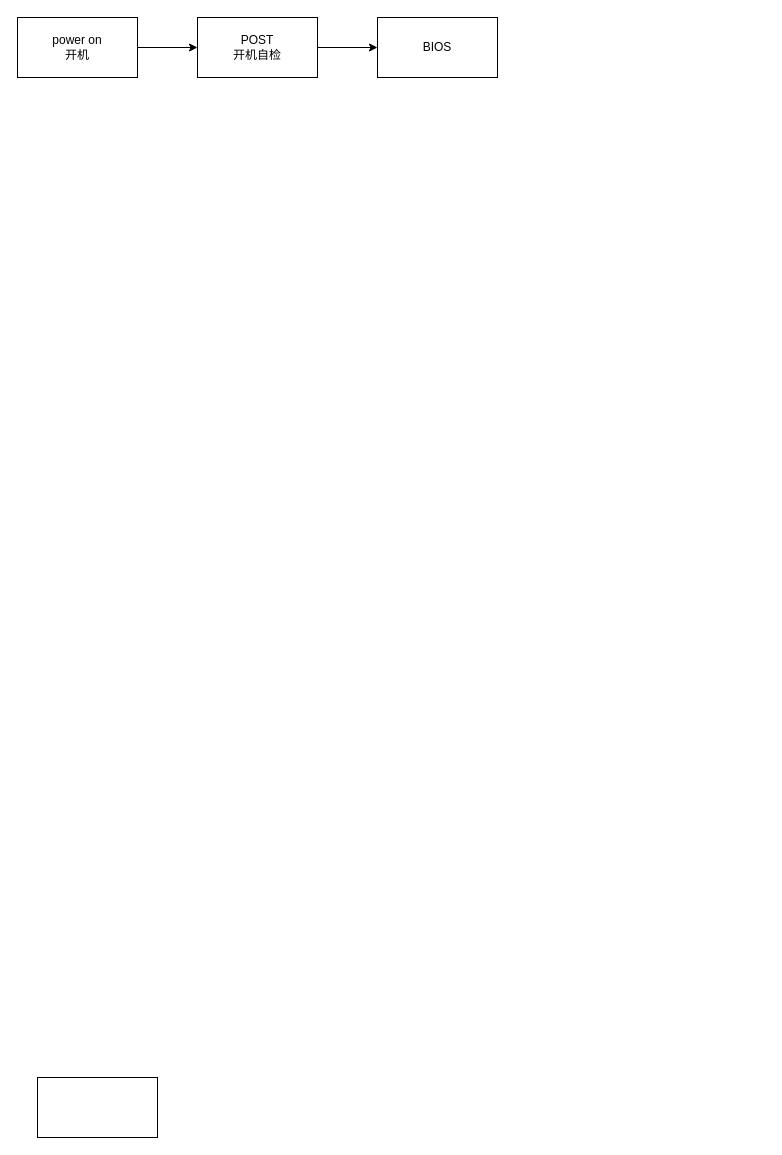
Earlier version of the draw.io diagram 开机启动流程.drawio (wupei-w/diagrams). Source tidied: cells renumbered, new cells numbered last; positions are measured from the earlier drawing's top-left corner, leaving out a move shared by most shapes. Both pictures are drawn from the tidied source at 100%, with x=0, y=0 at pixel (17, 17).
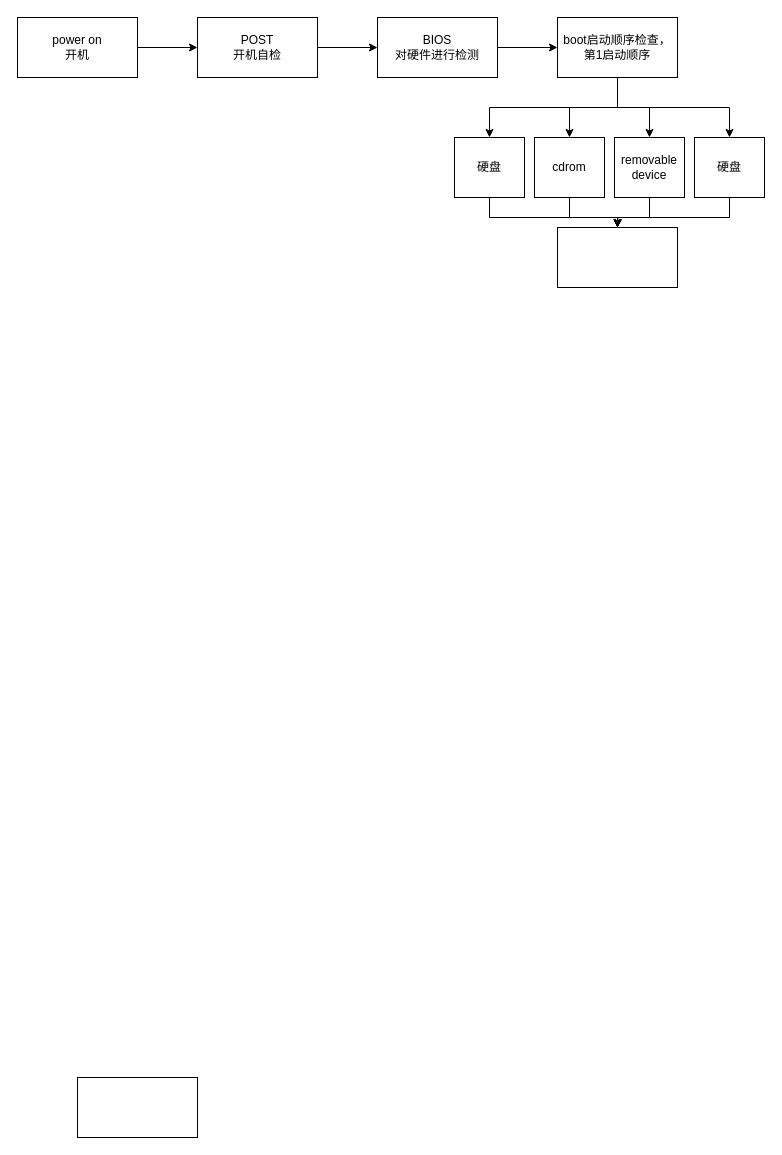
The same page after the edit.

Commit message (it also covers changes not shown here):
开机启动流程.drawio

What changed in the source:
```diff
@@
     <mxCell id="2" style="rounded=0;whiteSpace=wrap;html=1;" parent="1" vertex="1">
-      <mxGeometry x="20" y="1060" width="120" height="60" as="geometry" />
+      <mxGeometry x="60" y="1060" width="120" height="60" as="geometry" />
     </mxCell>
@@
+    <mxCell id="8" style="edgeStyle=orthogonalEdgeStyle;rounded=0;jettySize=auto;html=1;exitX=1;exitY=0.5;exitDx=0;exitDy=0;entryX=0;entryY=0.5;entryDx=0;entryDy=0;" parent="1" edge="1" source="7" target="13">
+      <mxGeometry relative="1" as="geometry" />
+    </mxCell>
-    <mxCell id="7" value="BIOS" style="rounded=0;whiteSpace=wrap;html=1;" parent="1" vertex="1">
+    <mxCell id="7" value="BIOS&lt;br&gt;对硬件进行检测" style="rounded=0;whiteSpace=wrap;html=1;" parent="1" vertex="1">
       <mxGeometry x="360" width="120" height="60" as="geometry" />
     </mxCell>
+    <mxCell id="9" style="edgeStyle=orthogonalEdgeStyle;rounded=0;jettySize=auto;html=1;exitX=0.5;exitY=1;exitDx=0;exitDy=0;entryX=0.5;entryY=0;entryDx=0;entryDy=0;" parent="1" edge="1" source="13" target="15">
+      <mxGeometry relative="1" as="geometry" />
+    </mxCell>
+    <mxCell id="10" style="edgeStyle=orthogonalEdgeStyle;rounded=0;jettySize=auto;html=1;exitX=0.5;exitY=1;exitDx=0;exitDy=0;entryX=0.5;entryY=0;entryDx=0;entryDy=0;" parent="1" edge="1" source="13" target="17">
+      <mxGeometry relative="1" as="geometry" />
+    </mxCell>
+    <mxCell id="11" style="edgeStyle=orthogonalEdgeStyle;rounded=0;jettySize=auto;html=1;exitX=0.5;exitY=1;exitDx=0;exitDy=0;entryX=0.5;entryY=0;entryDx=0;entryDy=0;" parent="1" edge="1" source="13" target="19">
+      <mxGeometry relative="1" as="geometry" />
+    </mxCell>
+    <mxCell id="12" style="edgeStyle=orthogonalEdgeStyle;rounded=0;jettySize=auto;html=1;exitX=0.5;exitY=1;exitDx=0;exitDy=0;entryX=0.5;entryY=0;entryDx=0;entryDy=0;" parent="1" edge="1" source="13" target="21">
+      <mxGeometry relative="1" as="geometry" />
+    </mxCell>
+    <mxCell id="13" value="boot启动顺序检查，第1启动顺序" style="rounded=0;whiteSpace=wrap;html=1;" parent="1" vertex="1">
+      <mxGeometry x="540" width="120" height="60" as="geometry" />
+    </mxCell>
+    <mxCell id="14" style="edgeStyle=orthogonalEdgeStyle;rounded=0;jettySize=auto;html=1;exitX=0.5;exitY=1;exitDx=0;exitDy=0;entryX=0.5;entryY=0;entryDx=0;entryDy=0;" parent="1" edge="1" source="15" target="22">
+      <mxGeometry relative="1" as="geometry">
+        <Array as="points">
+          <mxPoint x="472" y="200" />
+          <mxPoint x="600" y="200" />
+        </Array>
+      </mxGeometry>
+    </mxCell>
+    <mxCell id="15" value="硬盘" style="rounded=0;whiteSpace=wrap;html=1;" parent="1" vertex="1">
+      <mxGeometry x="437" y="120" width="70" height="60" as="geometry" />
+    </mxCell>
+    <mxCell id="16" style="edgeStyle=orthogonalEdgeStyle;rounded=0;jettySize=auto;html=1;exitX=0.5;exitY=1;exitDx=0;exitDy=0;entryX=0.5;entryY=0;entryDx=0;entryDy=0;" parent="1" edge="1" source="17" target="22">
+      <mxGeometry relative="1" as="geometry" />
+    </mxCell>
+    <mxCell id="17" value="cdrom" style="rounded=0;whiteSpace=wrap;html=1;" parent="1" vertex="1">
+      <mxGeometry x="517" y="120" width="70" height="60" as="geometry" />
+    </mxCell>
+    <mxCell id="18" style="edgeStyle=orthogonalEdgeStyle;rounded=0;jettySize=auto;html=1;exitX=0.5;exitY=1;exitDx=0;exitDy=0;" parent="1" edge="1" source="19">
+      <mxGeometry relative="1" as="geometry">
+        <mxPoint x="600" y="210" as="targetPoint" />
+      </mxGeometry>
+    </mxCell>
+    <mxCell id="19" value="removable device" style="rounded=0;whiteSpace=wrap;html=1;" parent="1" vertex="1">
+      <mxGeometry x="597" y="120" width="70" height="60" as="geometry" />
+    </mxCell>
+    <mxCell id="20" style="edgeStyle=orthogonalEdgeStyle;rounded=0;jettySize=auto;html=1;exitX=0.5;exitY=1;exitDx=0;exitDy=0;entryX=0.5;entryY=0;entryDx=0;entryDy=0;" parent="1" edge="1" source="21" target="22">
+      <mxGeometry relative="1" as="geometry">
+        <Array as="points">
+          <mxPoint x="712" y="200" />
+          <mxPoint x="600" y="200" />
+        </Array>
+      </mxGeometry>
+    </mxCell>
+    <mxCell id="21" value="硬盘" style="rounded=0;whiteSpace=wrap;html=1;" parent="1" vertex="1">
+      <mxGeometry x="677" y="120" width="70" height="60" as="geometry" />
+    </mxCell>
+    <mxCell id="22" style="rounded=0;whiteSpace=wrap;html=1;" parent="1" vertex="1">
+      <mxGeometry x="540" y="210" width="120" height="60" as="geometry" />
+    </mxCell>
```
